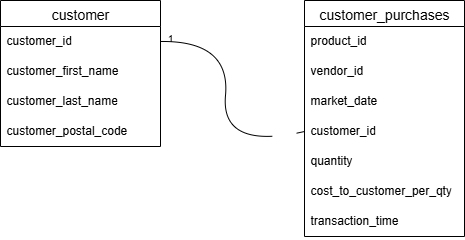
This is 02_activities/assignments/One_Entity-Relationship_Diagram.png from chloeyli/sql, a draw.io export, as it was before one commit. Source tidied: cells renumbered, new cells last; positions are measured from the earlier drawing's top-left corner, leaving out a move shared by most shapes. Its diagram source:
```xml
<mxGraphModel>
  <root>
    <mxCell id="0" />
    <mxCell id="1" parent="0" />
    <mxCell id="2" value="customer" style="swimlane;fontStyle=0;horizontal=1;startSize=26;align=center;fontSize=14;" parent="1" vertex="1">
      <mxGeometry width="160" height="146" as="geometry" />
    </mxCell>
    <mxCell id="3" value="customer_id" style="text;strokeColor=none;fillColor=none;spacingLeft=4;spacingRight=4;overflow=hidden;points=[[0,0.5],[1,0.5]];portConstraint=eastwest;fontSize=12;whiteSpace=wrap;html=1;" parent="2" vertex="1">
      <mxGeometry y="26" width="160" height="30" as="geometry" />
    </mxCell>
    <mxCell id="4" value="customer_first_name" style="text;strokeColor=none;fillColor=none;spacingLeft=4;spacingRight=4;overflow=hidden;fontSize=12;whiteSpace=wrap;html=1;" parent="2" vertex="1">
      <mxGeometry y="56" width="160" height="30" as="geometry" />
    </mxCell>
    <mxCell id="5" value="customer_last_name" style="text;strokeColor=none;fillColor=none;spacingLeft=4;spacingRight=4;overflow=hidden;fontSize=12;whiteSpace=wrap;html=1;" parent="2" vertex="1">
      <mxGeometry y="86" width="160" height="30" as="geometry" />
    </mxCell>
    <mxCell id="6" value="customer_postal_code" style="text;strokeColor=none;fillColor=none;spacingLeft=4;spacingRight=4;overflow=hidden;fontSize=12;whiteSpace=wrap;html=1;" parent="2" vertex="1">
      <mxGeometry y="116" width="160" height="30" as="geometry" />
    </mxCell>
    <mxCell id="7" value="customer_purchases" style="swimlane;fontStyle=0;horizontal=1;startSize=26;align=center;fontSize=14;" parent="1" vertex="1">
      <mxGeometry x="304" width="160" height="236" as="geometry" />
    </mxCell>
    <mxCell id="8" value="product_id" style="text;strokeColor=none;fillColor=none;spacingLeft=4;spacingRight=4;overflow=hidden;fontSize=12;whiteSpace=wrap;html=1;" parent="7" vertex="1">
      <mxGeometry y="26" width="160" height="30" as="geometry" />
    </mxCell>
    <mxCell id="9" value="vendor_id" style="text;strokeColor=none;fillColor=none;spacingLeft=4;spacingRight=4;overflow=hidden;fontSize=12;whiteSpace=wrap;html=1;" parent="7" vertex="1">
      <mxGeometry y="56" width="160" height="30" as="geometry" />
    </mxCell>
    <mxCell id="10" value="market_date&lt;div&gt;&lt;br&gt;&lt;/div&gt;" style="text;strokeColor=none;fillColor=none;spacingLeft=4;spacingRight=4;overflow=hidden;fontSize=12;whiteSpace=wrap;html=1;" parent="7" vertex="1">
      <mxGeometry y="86" width="160" height="30" as="geometry" />
    </mxCell>
    <mxCell id="11" value="customer_id" style="text;strokeColor=none;fillColor=none;spacingLeft=4;spacingRight=4;overflow=hidden;points=[[0,0.5],[1,0.5]];portConstraint=eastwest;fontSize=12;whiteSpace=wrap;html=1;" parent="7" vertex="1">
      <mxGeometry y="116" width="160" height="30" as="geometry" />
    </mxCell>
    <mxCell id="12" value="quantity" style="text;strokeColor=none;fillColor=none;spacingLeft=4;spacingRight=4;overflow=hidden;fontSize=12;whiteSpace=wrap;html=1;" parent="7" vertex="1">
      <mxGeometry y="146" width="160" height="30" as="geometry" />
    </mxCell>
    <mxCell id="13" value="cost_to_customer_per_qty" style="text;strokeColor=none;fillColor=none;spacingLeft=4;spacingRight=4;overflow=hidden;fontSize=12;whiteSpace=wrap;html=1;" parent="7" vertex="1">
      <mxGeometry y="176" width="160" height="30" as="geometry" />
    </mxCell>
    <mxCell id="14" value="transaction_time" style="text;strokeColor=none;fillColor=none;spacingLeft=4;spacingRight=4;overflow=hidden;fontSize=12;whiteSpace=wrap;html=1;" parent="7" vertex="1">
      <mxGeometry y="206" width="160" height="30" as="geometry" />
    </mxCell>
    <mxCell id="15" style="endArrow=none;html=1;rounded=0;fontSize=12;startSize=8;endSize=8;curved=1;exitX=1;exitY=0.5;exitDx=0;exitDy=0;entryX=0;entryY=0.5;entryDx=0;entryDy=0;" parent="1" edge="1" source="3" target="11">
      <mxGeometry relative="1" as="geometry">
        <Array as="points">
          <mxPoint x="230" y="40" />
          <mxPoint x="220" y="150" />
        </Array>
      </mxGeometry>
    </mxCell>
    <mxCell id="16" value="&lt;font style=&quot;font-size: 10px;&quot;&gt;1&lt;/font&gt;" style="text;strokeColor=none;fillColor=none;html=1;align=center;verticalAlign=middle;whiteSpace=wrap;rounded=0;fontSize=16;" parent="1" vertex="1">
      <mxGeometry x="160" y="20" width="20" height="30" as="geometry" />
    </mxCell>
    <mxCell id="17" value="&lt;span style=&quot;font-family: Helvetica; font-size: 10px; font-style: normal; font-variant-ligatures: normal; font-variant-caps: normal; font-weight: 400; letter-spacing: normal; orphans: 2; text-align: center; text-indent: 0px; text-transform: none; widows: 2; word-spacing: 0px; -webkit-text-stroke-width: 0px; white-space: normal; text-decoration-thickness: initial; text-decoration-style: initial; text-decoration-color: initial; float: none; display: inline !important;&quot;&gt;&lt;font style=&quot;color: light-dark(rgb(255, 255, 255), rgb(255, 255, 255));&quot;&gt;many&lt;/font&gt;&lt;/span&gt;" style="text;whiteSpace=wrap;html=1;labelBackgroundColor=default;" parent="1" vertex="1">
      <mxGeometry x="270" y="120" width="30" height="40" as="geometry" />
    </mxCell>
  </root>
</mxGraphModel>
```
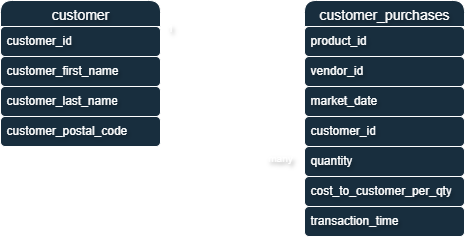
The same file after the commit.

Commit message:
edited diagram for better clarity of lines and font

What changed in the source:
```diff
@@ -2,58 +2,59 @@
   <root>
     <mxCell id="0" />
     <mxCell id="1" parent="0" />
-    <mxCell id="2" value="customer" style="swimlane;fontStyle=0;horizontal=1;startSize=26;align=center;fontSize=14;" parent="1" vertex="1">
+    <mxCell id="2" value="customer" style="swimlane;fontStyle=0;horizontal=1;startSize=26;align=center;fontSize=14;fontColor=#FFFFFF;labelBackgroundColor=none;textShadow=1;fillColor=#182E3E;strokeColor=#FFFFFF;rounded=1;" parent="1" vertex="1">
       <mxGeometry width="160" height="146" as="geometry" />
     </mxCell>
-    <mxCell id="3" value="customer_id" style="text;strokeColor=none;fillColor=none;spacingLeft=4;spacingRight=4;overflow=hidden;points=[[0,0.5],[1,0.5]];portConstraint=eastwest;fontSize=12;whiteSpace=wrap;html=1;" parent="2" vertex="1">
+    <mxCell id="3" value="customer_id" style="text;strokeColor=#FFFFFF;fillColor=#182E3E;spacingLeft=4;spacingRight=4;overflow=hidden;points=[[0,0.5],[1,0.5]];portConstraint=eastwest;fontSize=12;whiteSpace=wrap;html=1;fontColor=#FFFFFF;labelBackgroundColor=none;textShadow=1;rounded=1;" parent="2" vertex="1">
       <mxGeometry y="26" width="160" height="30" as="geometry" />
     </mxCell>
-    <mxCell id="4" value="customer_first_name" style="text;strokeColor=none;fillColor=none;spacingLeft=4;spacingRight=4;overflow=hidden;fontSize=12;whiteSpace=wrap;html=1;" parent="2" vertex="1">
+    <mxCell id="4" value="customer_first_name" style="text;strokeColor=#FFFFFF;fillColor=#182E3E;spacingLeft=4;spacingRight=4;overflow=hidden;fontSize=12;whiteSpace=wrap;html=1;fontColor=#FFFFFF;labelBackgroundColor=none;textShadow=1;rounded=1;" parent="2" vertex="1">
       <mxGeometry y="56" width="160" height="30" as="geometry" />
     </mxCell>
-    <mxCell id="5" value="customer_last_name" style="text;strokeColor=none;fillColor=none;spacingLeft=4;spacingRight=4;overflow=hidden;fontSize=12;whiteSpace=wrap;html=1;" parent="2" vertex="1">
+    <mxCell id="5" value="customer_last_name" style="text;strokeColor=#FFFFFF;fillColor=#182E3E;spacingLeft=4;spacingRight=4;overflow=hidden;fontSize=12;whiteSpace=wrap;html=1;fontColor=#FFFFFF;labelBackgroundColor=none;textShadow=1;rounded=1;" parent="2" vertex="1">
       <mxGeometry y="86" width="160" height="30" as="geometry" />
     </mxCell>
-    <mxCell id="6" value="customer_postal_code" style="text;strokeColor=none;fillColor=none;spacingLeft=4;spacingRight=4;overflow=hidden;fontSize=12;whiteSpace=wrap;html=1;" parent="2" vertex="1">
+    <mxCell id="6" value="customer_postal_code" style="text;strokeColor=#FFFFFF;fillColor=#182E3E;spacingLeft=4;spacingRight=4;overflow=hidden;fontSize=12;whiteSpace=wrap;html=1;fontColor=#FFFFFF;labelBackgroundColor=none;textShadow=1;rounded=1;" parent="2" vertex="1">
       <mxGeometry y="116" width="160" height="30" as="geometry" />
     </mxCell>
-    <mxCell id="7" value="customer_purchases" style="swimlane;fontStyle=0;horizontal=1;startSize=26;align=center;fontSize=14;" parent="1" vertex="1">
+    <mxCell id="7" value="customer_purchases" style="swimlane;fontStyle=0;horizontal=1;startSize=26;align=center;fontSize=14;fontColor=#FFFFFF;labelBackgroundColor=none;textShadow=1;fillColor=#182E3E;strokeColor=#FFFFFF;rounded=1;" parent="1" vertex="1">
       <mxGeometry x="304" width="160" height="236" as="geometry" />
     </mxCell>
-    <mxCell id="8" value="product_id" style="text;strokeColor=none;fillColor=none;spacingLeft=4;spacingRight=4;overflow=hidden;fontSize=12;whiteSpace=wrap;html=1;" parent="7" vertex="1">
+    <mxCell id="8" value="product_id" style="text;strokeColor=#FFFFFF;fillColor=#182E3E;spacingLeft=4;spacingRight=4;overflow=hidden;fontSize=12;whiteSpace=wrap;html=1;fontColor=#FFFFFF;labelBackgroundColor=none;textShadow=1;rounded=1;" parent="7" vertex="1">
       <mxGeometry y="26" width="160" height="30" as="geometry" />
     </mxCell>
-    <mxCell id="9" value="vendor_id" style="text;strokeColor=none;fillColor=none;spacingLeft=4;spacingRight=4;overflow=hidden;fontSize=12;whiteSpace=wrap;html=1;" parent="7" vertex="1">
+    <mxCell id="9" value="vendor_id" style="text;strokeColor=#FFFFFF;fillColor=#182E3E;spacingLeft=4;spacingRight=4;overflow=hidden;fontSize=12;whiteSpace=wrap;html=1;fontColor=#FFFFFF;labelBackgroundColor=none;textShadow=1;rounded=1;" parent="7" vertex="1">
       <mxGeometry y="56" width="160" height="30" as="geometry" />
     </mxCell>
-    <mxCell id="10" value="market_date&lt;div&gt;&lt;br&gt;&lt;/div&gt;" style="text;strokeColor=none;fillColor=none;spacingLeft=4;spacingRight=4;overflow=hidden;fontSize=12;whiteSpace=wrap;html=1;" parent="7" vertex="1">
+    <mxCell id="10" value="market_date&lt;div&gt;&lt;br&gt;&lt;/div&gt;" style="text;strokeColor=#FFFFFF;fillColor=#182E3E;spacingLeft=4;spacingRight=4;overflow=hidden;fontSize=12;whiteSpace=wrap;html=1;fontColor=#FFFFFF;labelBackgroundColor=none;textShadow=1;rounded=1;" parent="7" vertex="1">
       <mxGeometry y="86" width="160" height="30" as="geometry" />
     </mxCell>
-    <mxCell id="11" value="customer_id" style="text;strokeColor=none;fillColor=none;spacingLeft=4;spacingRight=4;overflow=hidden;points=[[0,0.5],[1,0.5]];portConstraint=eastwest;fontSize=12;whiteSpace=wrap;html=1;" parent="7" vertex="1">
+    <mxCell id="11" value="customer_id" style="text;strokeColor=#FFFFFF;fillColor=#182E3E;spacingLeft=4;spacingRight=4;overflow=hidden;points=[[0,0.5],[1,0.5]];portConstraint=eastwest;fontSize=12;whiteSpace=wrap;html=1;fontColor=#FFFFFF;labelBackgroundColor=none;textShadow=1;rounded=1;" parent="7" vertex="1">
       <mxGeometry y="116" width="160" height="30" as="geometry" />
     </mxCell>
-    <mxCell id="12" value="quantity" style="text;strokeColor=none;fillColor=none;spacingLeft=4;spacingRight=4;overflow=hidden;fontSize=12;whiteSpace=wrap;html=1;" parent="7" vertex="1">
+    <mxCell id="12" value="quantity" style="text;strokeColor=#FFFFFF;fillColor=#182E3E;spacingLeft=4;spacingRight=4;overflow=hidden;fontSize=12;whiteSpace=wrap;html=1;fontColor=#FFFFFF;labelBackgroundColor=none;textShadow=1;rounded=1;" parent="7" vertex="1">
       <mxGeometry y="146" width="160" height="30" as="geometry" />
     </mxCell>
-    <mxCell id="13" value="cost_to_customer_per_qty" style="text;strokeColor=none;fillColor=none;spacingLeft=4;spacingRight=4;overflow=hidden;fontSize=12;whiteSpace=wrap;html=1;" parent="7" vertex="1">
+    <mxCell id="13" value="cost_to_customer_per_qty" style="text;strokeColor=#FFFFFF;fillColor=#182E3E;spacingLeft=4;spacingRight=4;overflow=hidden;fontSize=12;whiteSpace=wrap;html=1;fontColor=#FFFFFF;labelBackgroundColor=none;textShadow=1;rounded=1;" parent="7" vertex="1">
       <mxGeometry y="176" width="160" height="30" as="geometry" />
     </mxCell>
-    <mxCell id="14" value="transaction_time" style="text;strokeColor=none;fillColor=none;spacingLeft=4;spacingRight=4;overflow=hidden;fontSize=12;whiteSpace=wrap;html=1;" parent="7" vertex="1">
+    <mxCell id="14" value="transaction_time" style="text;strokeColor=#FFFFFF;fillColor=#182E3E;spacingLeft=4;spacingRight=4;overflow=hidden;fontSize=12;whiteSpace=wrap;html=1;fontColor=#FFFFFF;labelBackgroundColor=none;textShadow=1;rounded=1;" parent="7" vertex="1">
       <mxGeometry y="206" width="160" height="30" as="geometry" />
     </mxCell>
-    <mxCell id="15" style="endArrow=none;html=1;rounded=0;fontSize=12;startSize=8;endSize=8;curved=1;exitX=1;exitY=0.5;exitDx=0;exitDy=0;entryX=0;entryY=0.5;entryDx=0;entryDy=0;" parent="1" edge="1" source="3" target="11">
+    <mxCell id="15" style="endArrow=none;html=1;rounded=1;fontSize=12;startSize=8;endSize=8;curved=1;exitX=1;exitY=0.5;exitDx=0;exitDy=0;entryX=0;entryY=0.5;entryDx=0;entryDy=0;fontColor=default;labelBackgroundColor=none;textShadow=1;strokeColor=light-dark(#FFFFFF,#FFFFFF);strokeWidth=5;" parent="1" edge="1" source="3" target="11">
       <mxGeometry relative="1" as="geometry">
         <Array as="points">
           <mxPoint x="230" y="40" />
+          <mxPoint x="230" y="90" />
           <mxPoint x="220" y="150" />
         </Array>
       </mxGeometry>
     </mxCell>
-    <mxCell id="16" value="&lt;font style=&quot;font-size: 10px;&quot;&gt;1&lt;/font&gt;" style="text;strokeColor=none;fillColor=none;html=1;align=center;verticalAlign=middle;whiteSpace=wrap;rounded=0;fontSize=16;" parent="1" vertex="1">
-      <mxGeometry x="160" y="20" width="20" height="30" as="geometry" />
+    <mxCell id="16" value="&lt;font style=&quot;font-size: 10px;&quot;&gt;1&lt;/font&gt;" style="text;strokeColor=none;fillColor=none;html=1;align=center;verticalAlign=middle;whiteSpace=wrap;rounded=1;fontSize=16;fontColor=light-dark(#FFFFFF,#FFFFFF);labelBackgroundColor=none;textShadow=1;" parent="1" vertex="1">
+      <mxGeometry x="160" y="10" width="20" height="30" as="geometry" />
     </mxCell>
-    <mxCell id="17" value="&lt;span style=&quot;font-family: Helvetica; font-size: 10px; font-style: normal; font-variant-ligatures: normal; font-variant-caps: normal; font-weight: 400; letter-spacing: normal; orphans: 2; text-align: center; text-indent: 0px; text-transform: none; widows: 2; word-spacing: 0px; -webkit-text-stroke-width: 0px; white-space: normal; text-decoration-thickness: initial; text-decoration-style: initial; text-decoration-color: initial; float: none; display: inline !important;&quot;&gt;&lt;font style=&quot;color: light-dark(rgb(255, 255, 255), rgb(255, 255, 255));&quot;&gt;many&lt;/font&gt;&lt;/span&gt;" style="text;whiteSpace=wrap;html=1;labelBackgroundColor=default;" parent="1" vertex="1">
-      <mxGeometry x="270" y="120" width="30" height="40" as="geometry" />
+    <mxCell id="17" value="&lt;font style=&quot;font-size: 10px;&quot;&gt;many&lt;/font&gt;" style="text;strokeColor=none;fillColor=none;html=1;align=center;verticalAlign=middle;whiteSpace=wrap;rounded=1;fontSize=16;fontColor=light-dark(#FFFFFF,#FFFFFF);labelBackgroundColor=none;textShadow=1;" parent="1" vertex="1">
+      <mxGeometry x="260" y="140" width="40" height="30" as="geometry" />
     </mxCell>
   </root>
 </mxGraphModel>
```
